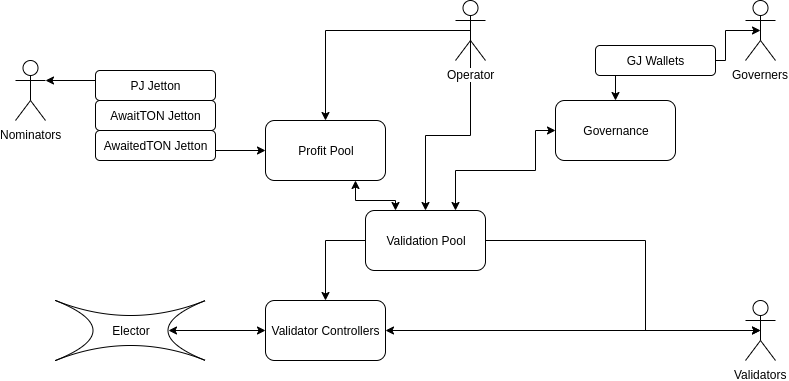
Earlier version of the draw.io export scheme.png (ton-blockchain/liquid-staking-contract). Source tidied: cells renumbered, new cells last; positions are measured from the earlier drawing's top-left corner, leaving out a move shared by most shapes.
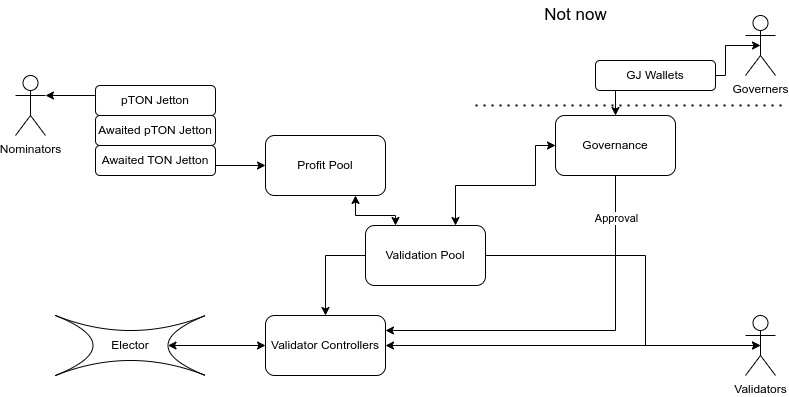
Above is the later version.

What changed in the source:
```diff
@@ -29,24 +29,15 @@
     <mxCell id="8" value="Elector" style="shape=switch;whiteSpace=wrap;html=1;" parent="1" vertex="1">
       <mxGeometry x="40" y="300" width="150" height="60" as="geometry" />
     </mxCell>
-    <mxCell id="9" value="PJ Jetton" style="rounded=1;whiteSpace=wrap;html=1;" parent="1" vertex="1">
+    <mxCell id="9" value="pTON Jetton" style="rounded=1;whiteSpace=wrap;html=1;" parent="1" vertex="1">
       <mxGeometry x="80" y="70" width="120" height="30" as="geometry" />
     </mxCell>
-    <mxCell id="10" value="AwaitTON Jetton" style="rounded=1;whiteSpace=wrap;html=1;" parent="1" vertex="1">
+    <mxCell id="10" value="Awaited pTON Jetton" style="rounded=1;whiteSpace=wrap;html=1;" parent="1" vertex="1">
       <mxGeometry x="80" y="100" width="120" height="30" as="geometry" />
     </mxCell>
-    <mxCell id="11" value="AwaitedTON Jetton" style="rounded=1;whiteSpace=wrap;html=1;" parent="1" vertex="1">
+    <mxCell id="11" value="Awaited TON Jetton" style="rounded=1;whiteSpace=wrap;html=1;" parent="1" vertex="1">
       <mxGeometry x="80" y="130" width="120" height="30" as="geometry" />
     </mxCell>
-    <mxCell id="12" style="edgeStyle=orthogonalEdgeStyle;rounded=0;jettySize=auto;html=1;exitX=0.5;exitY=0.5;exitDx=0;exitDy=0;exitPerimeter=0;entryX=0.5;entryY=0;entryDx=0;entryDy=0;startArrow=none;startFill=0;strokeWidth=1;" parent="1" edge="1" source="14" target="5">
-      <mxGeometry relative="1" as="geometry" />
-    </mxCell>
-    <mxCell id="13" style="edgeStyle=orthogonalEdgeStyle;rounded=0;jettySize=auto;html=1;exitX=0.5;exitY=0.5;exitDx=0;exitDy=0;exitPerimeter=0;entryX=0.5;entryY=0;entryDx=0;entryDy=0;startArrow=none;startFill=0;strokeWidth=1;" parent="1" edge="1" source="14" target="3">
-      <mxGeometry relative="1" as="geometry" />
-    </mxCell>
-    <mxCell id="14" value="Operator" style="shape=umlActor;verticalLabelPosition=bottom;labelBackgroundColor=#ffffff;verticalAlign=top;html=1;outlineConnect=0;" parent="1" vertex="1">
-      <mxGeometry x="440" width="30" height="60" as="geometry" />
-    </mxCell>
     <mxCell id="15" style="edgeStyle=orthogonalEdgeStyle;rounded=0;jettySize=auto;html=1;exitX=0;exitY=0.5;exitDx=0;exitDy=0;entryX=0.75;entryY=0;entryDx=0;entryDy=0;startArrow=classic;startFill=1;strokeWidth=1;" parent="1" edge="1" source="16" target="3">
       <mxGeometry relative="1" as="geometry">
         <Array as="points">
@@ -56,6 +47,12 @@
         </Array>
       </mxGeometry>
     </mxCell>
+    <mxCell id="24" style="edgeStyle=orthogonalEdgeStyle;rounded=0;jettySize=auto;html=1;exitX=0.5;exitY=1;exitDx=0;exitDy=0;entryX=1;entryY=0.25;entryDx=0;entryDy=0;" parent="1" edge="1" source="16" target="23">
+      <mxGeometry relative="1" as="geometry" />
+    </mxCell>
+    <mxCell id="25" value="Approval" style="edgeLabel;html=1;align=center;verticalAlign=middle;" parent="24" vertex="1">
+      <mxGeometry x="-0.78" relative="1" as="geometry" />
+    </mxCell>
     <mxCell id="16" value="Governance" style="rounded=1;whiteSpace=wrap;html=1;" parent="1" vertex="1">
       <mxGeometry x="540" y="100" width="120" height="60" as="geometry" />
     </mxCell>
@@ -86,5 +83,14 @@
     <mxCell id="23" value="Validator Controllers" style="rounded=1;whiteSpace=wrap;html=1;" parent="1" vertex="1">
       <mxGeometry x="250" y="300" width="120" height="60" as="geometry" />
     </mxCell>
+    <mxCell id="26" style="endArrow=none;dashed=1;html=1;dashPattern=1 3;strokeWidth=2;rounded=0;" parent="1" edge="1">
+      <mxGeometry relative="1" as="geometry">
+        <mxPoint x="460" y="90" as="sourcePoint" />
+        <mxPoint x="770" y="90" as="targetPoint" />
+      </mxGeometry>
+    </mxCell>
+    <mxCell id="27" value="Not now" style="text;html=1;align=center;verticalAlign=middle;strokeColor=none;fillColor=none;fontSize=17;" parent="1" vertex="1">
+      <mxGeometry x="515" y="-15" width="90" height="30" as="geometry" />
+    </mxCell>
   </root>
 </mxGraphModel>
```
